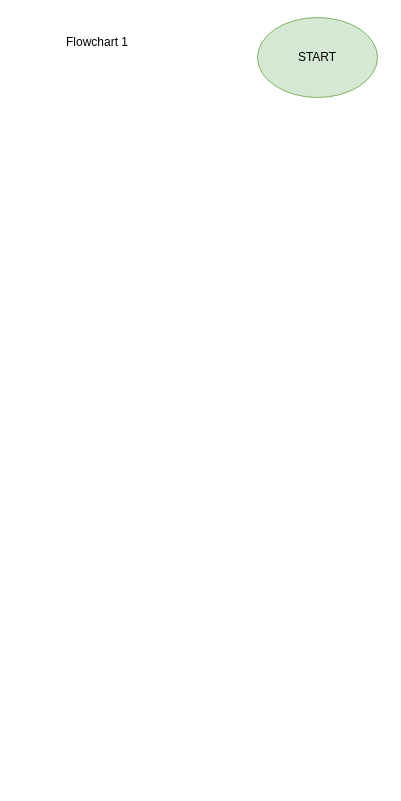
The draw.io diagram Salespeople.drawio in VictoriaJ4/VictoriaJ4, before the edit. Source tidied: cells renumbered, new cells numbered last; positions are measured from the earlier drawing's top-left corner, leaving out a move shared by most shapes. Both pictures are drawn from the tidied source at 100%, with x=0, y=0 at pixel (17, 17).
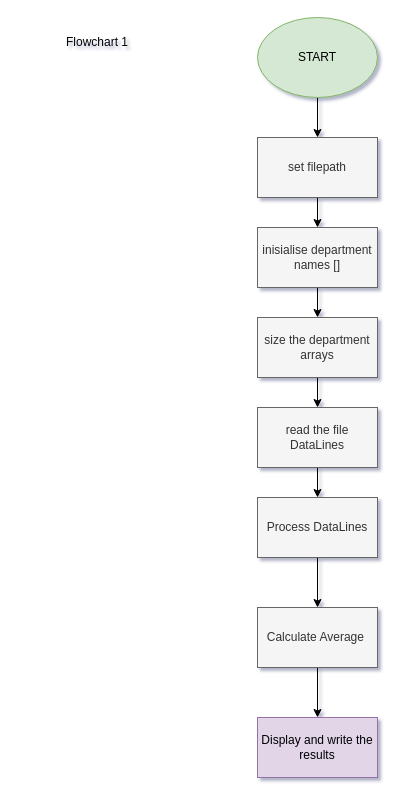
Above is the later version.

What changed in the source:
```diff
@@
-<mxGraphModel>
+<mxGraphModel background="#FFFFFF" shadow="1">
   <root>
     <mxCell id="0" />
     <mxCell id="1" parent="0" />
+    <mxCell id="4" style="edgeStyle=orthogonalEdgeStyle;rounded=0;jettySize=auto;html=1;" parent="1" edge="1" source="2" target="6">
+      <mxGeometry relative="1" as="geometry" />
+    </mxCell>
     <mxCell id="2" value="START" style="ellipse;whiteSpace=wrap;html=1;fillColor=#d5e8d4;strokeColor=#82b366;" parent="1" vertex="1">
       <mxGeometry x="240" width="120" height="80" as="geometry" />
     </mxCell>
     <mxCell id="3" value="Flowchart 1" style="text;html=1;align=center;verticalAlign=middle;whiteSpace=wrap;rounded=0;" parent="1" vertex="1">
       <mxGeometry y="10" width="160" height="30" as="geometry" />
     </mxCell>
+    <mxCell id="5" style="edgeStyle=orthogonalEdgeStyle;rounded=0;jettySize=auto;html=1;" parent="1" edge="1" source="6" target="8">
+      <mxGeometry relative="1" as="geometry" />
+    </mxCell>
+    <mxCell id="6" value="set filepath" style="whiteSpace=wrap;html=1;fillColor=#f5f5f5;strokeColor=#666666;fontColor=#333333;" parent="1" vertex="1">
+      <mxGeometry x="240" y="120" width="120" height="60" as="geometry" />
+    </mxCell>
+    <mxCell id="7" style="edgeStyle=orthogonalEdgeStyle;rounded=0;jettySize=auto;html=1;" parent="1" edge="1" source="8" target="10">
+      <mxGeometry relative="1" as="geometry" />
+    </mxCell>
+    <mxCell id="8" value="inisialise department names []" style="whiteSpace=wrap;html=1;fillColor=#f5f5f5;strokeColor=#666666;fontColor=#333333;" parent="1" vertex="1">
+      <mxGeometry x="240" y="210" width="120" height="60" as="geometry" />
+    </mxCell>
+    <mxCell id="9" style="edgeStyle=orthogonalEdgeStyle;rounded=0;jettySize=auto;html=1;" parent="1" edge="1" source="10" target="12">
+      <mxGeometry relative="1" as="geometry" />
+    </mxCell>
+    <mxCell id="10" value="size the department arrays" style="whiteSpace=wrap;html=1;fillColor=#f5f5f5;strokeColor=#666666;fontColor=#333333;" parent="1" vertex="1">
+      <mxGeometry x="240" y="300" width="120" height="60" as="geometry" />
+    </mxCell>
+    <mxCell id="11" style="edgeStyle=orthogonalEdgeStyle;rounded=0;jettySize=auto;html=1;" parent="1" edge="1" source="12" target="14">
+      <mxGeometry relative="1" as="geometry" />
+    </mxCell>
+    <mxCell id="12" value="read the file DataLines" style="whiteSpace=wrap;html=1;fillColor=#f5f5f5;strokeColor=#666666;fontColor=#333333;" parent="1" vertex="1">
+      <mxGeometry x="240" y="390" width="120" height="60" as="geometry" />
+    </mxCell>
+    <mxCell id="13" style="edgeStyle=orthogonalEdgeStyle;rounded=0;jettySize=auto;html=1;" parent="1" edge="1" source="14" target="16">
+      <mxGeometry relative="1" as="geometry" />
+    </mxCell>
+    <mxCell id="14" value="Process DataLines" style="whiteSpace=wrap;html=1;fillColor=#f5f5f5;strokeColor=#666666;fontColor=#333333;" parent="1" vertex="1">
+      <mxGeometry x="240" y="480" width="120" height="60" as="geometry" />
+    </mxCell>
+    <mxCell id="15" style="edgeStyle=orthogonalEdgeStyle;rounded=0;jettySize=auto;html=1;" parent="1" edge="1" source="16" target="17">
+      <mxGeometry relative="1" as="geometry" />
+    </mxCell>
+    <mxCell id="16" value="Calculate Average&amp;nbsp;" style="whiteSpace=wrap;html=1;fillColor=#f5f5f5;strokeColor=#666666;fontColor=#333333;" parent="1" vertex="1">
+      <mxGeometry x="240" y="590" width="120" height="60" as="geometry" />
+    </mxCell>
+    <mxCell id="17" value="Display and write the results" style="whiteSpace=wrap;html=1;fillColor=#e1d5e7;strokeColor=#9673a6;" parent="1" vertex="1">
+      <mxGeometry x="240" y="700" width="120" height="60" as="geometry" />
+    </mxCell>
   </root>
 </mxGraphModel>
```
